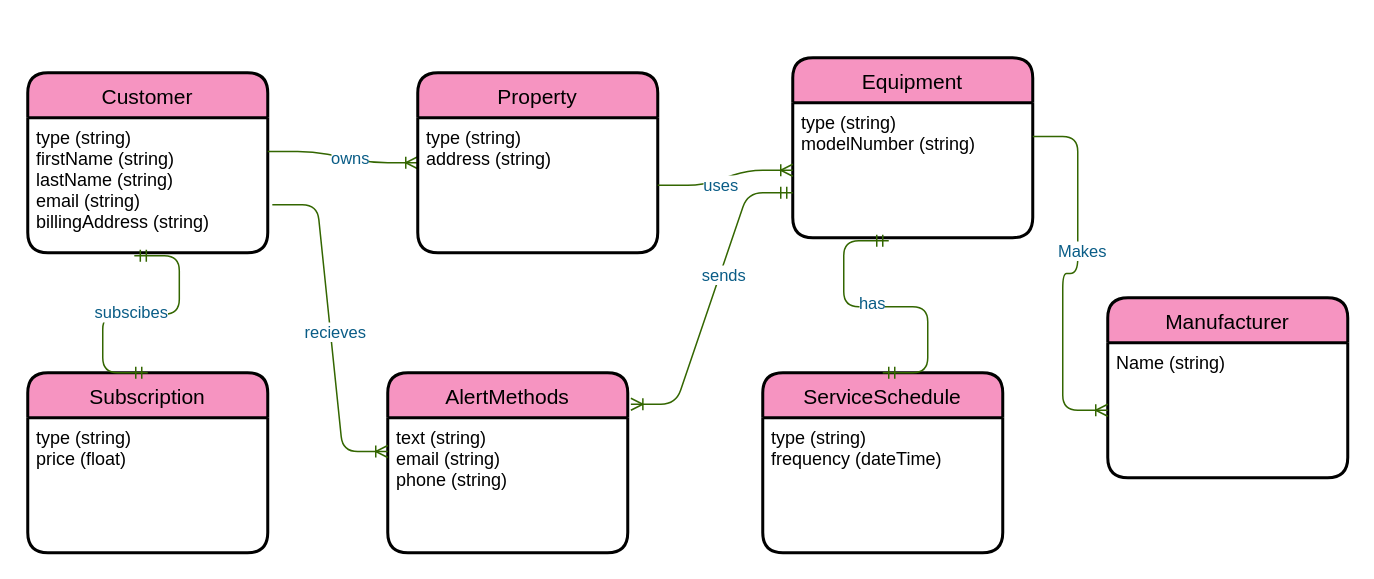
This is .CBI.drawio from robertocannella/CWMVidly5, a draw.io file, before an edit. Source tidied: cells renumbered, new cells numbered last; positions are measured from the earlier drawing's top-left corner, leaving out a move shared by most shapes. Both pictures are drawn from the tidied source at 150%, with x=0, y=0 at pixel (27, 57).
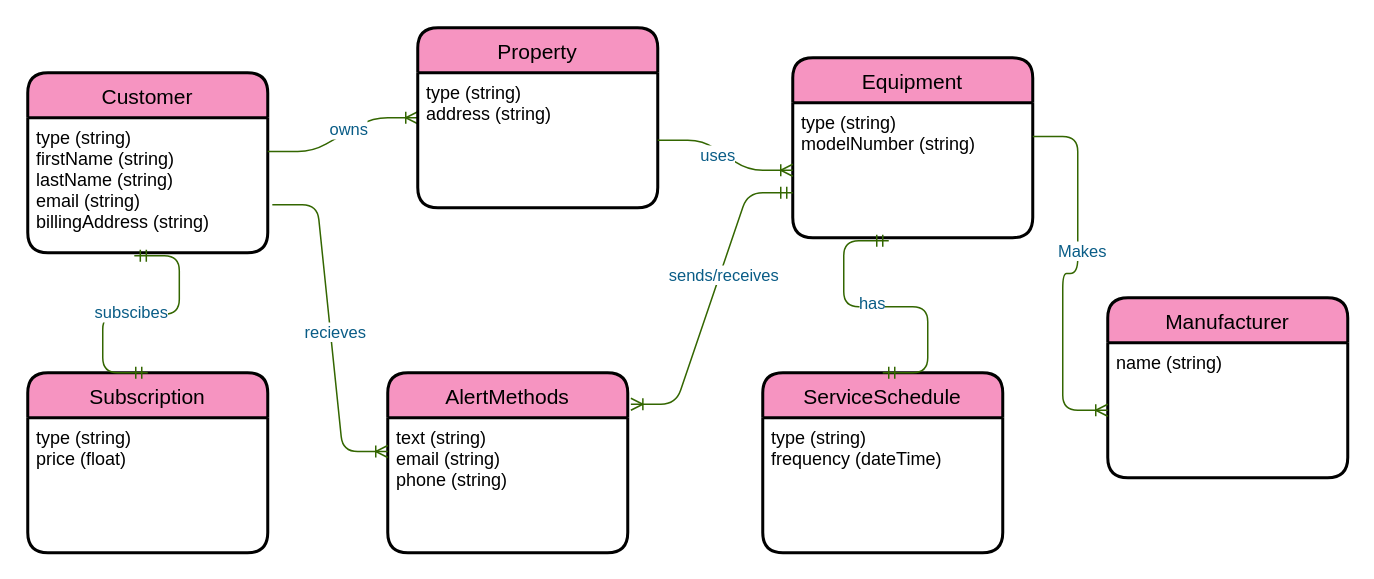
After the change.

Unchanged cells that the change refers to:
```xml
<mxCell id="24" style="edgeStyle=entityRelationEdgeStyle;fontSize=12;html=1;endArrow=ERmandOne;strokeColor=#336600;fillColor=#F694C1;entryX=0;entryY=0.667;entryDx=0;entryDy=0;entryPerimeter=0;exitX=1.013;exitY=0.175;exitDx=0;exitDy=0;exitPerimeter=0;startArrow=ERoneToMany;startFill=0;endFill=0;" parent="1" edge="1" source="8" target="5">
  <mxGeometry relative="1" as="geometry" />
</mxCell>
<mxCell id="26" value="Manufacturer" style="swimlane;horizontal=1;startSize=30;rounded=1;fontSize=14;fontStyle=0;strokeWidth=2;shadow=0;dashed=0;align=center;sketch=0;fillColor=#F694C1;" parent="1" vertex="1">
  <mxGeometry x="720" y="160" width="160" height="120" as="geometry" />
</mxCell>
```

What changed in the source:
```diff
@@
     <mxCell id="10" value="Property" style="swimlane;horizontal=1;startSize=30;rounded=1;fontSize=14;fontStyle=0;strokeWidth=2;shadow=0;dashed=0;align=center;sketch=0;fillColor=#F694C1;" parent="1" vertex="1">
-      <mxGeometry x="260" y="10" width="160" height="120" as="geometry" />
+      <mxGeometry x="260" y="-20" width="160" height="120" as="geometry" />
     </mxCell>
@@
-    <mxCell id="25" value="sends" style="edgeLabel;html=1;align=center;verticalAlign=middle;fontColor=#095C86;" parent="24" vertex="1">
+    <mxCell id="25" value="sends/receives" style="edgeLabel;html=1;align=center;verticalAlign=middle;fontColor=#095C86;" parent="24" vertex="1">
       <mxGeometry x="0.17" y="-3" relative="1" as="geometry">
         <mxPoint x="-1" as="offset" />
       </mxGeometry>
     </mxCell>
@@
-    <mxCell id="27" value="Name (string)" style="align=left;strokeColor=none;fillColor=none;spacingLeft=4;fontSize=12;verticalAlign=top;" parent="26" vertex="1">
+    <mxCell id="27" value="name (string)" style="align=left;strokeColor=none;fillColor=none;spacingLeft=4;fontSize=12;verticalAlign=top;" parent="26" vertex="1">
       <mxGeometry y="30" width="160" height="90" as="geometry" />
     </mxCell>
```
